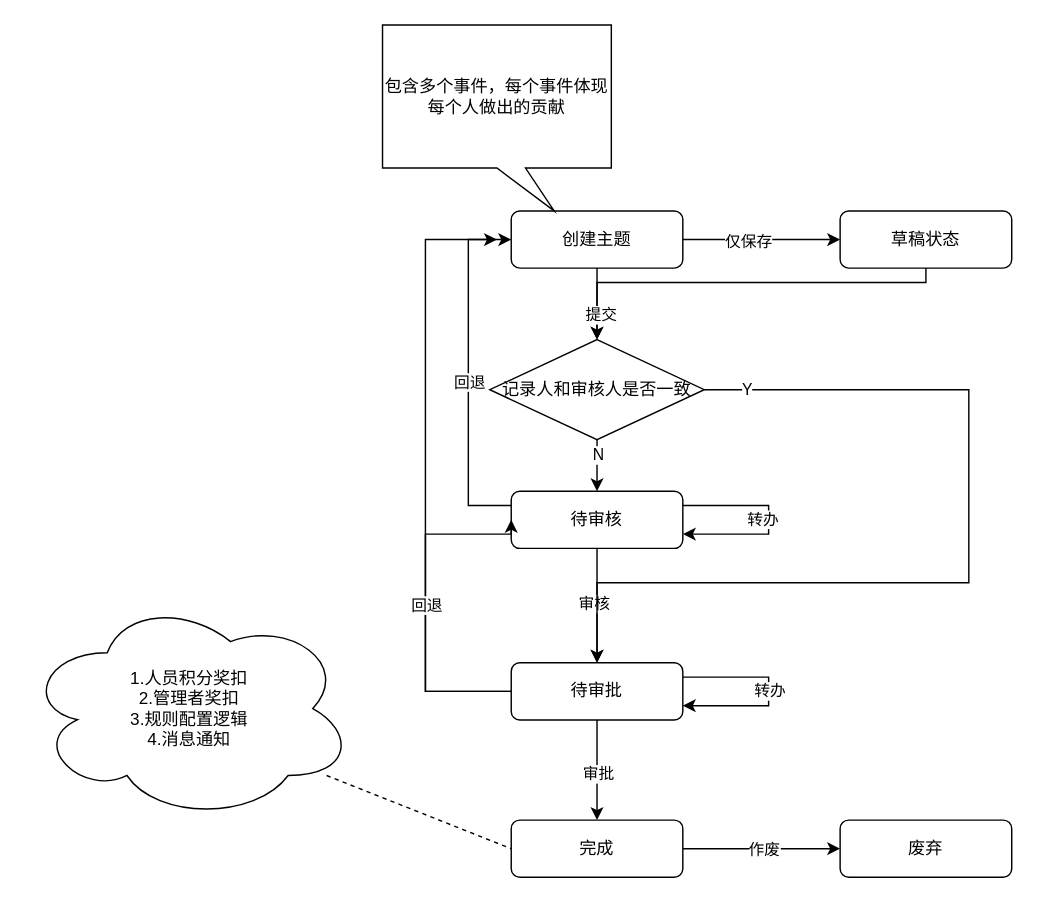
This is 积分数据流程.drawio from fan-ga/flowChart, a draw.io file, before an edit. Source tidied: cells renumbered, new cells numbered last; positions are measured from the earlier drawing's top-left corner, leaving out a move shared by most shapes. Both pictures are drawn from the tidied source at 143%, with x=0, y=0 at pixel (24, 24).
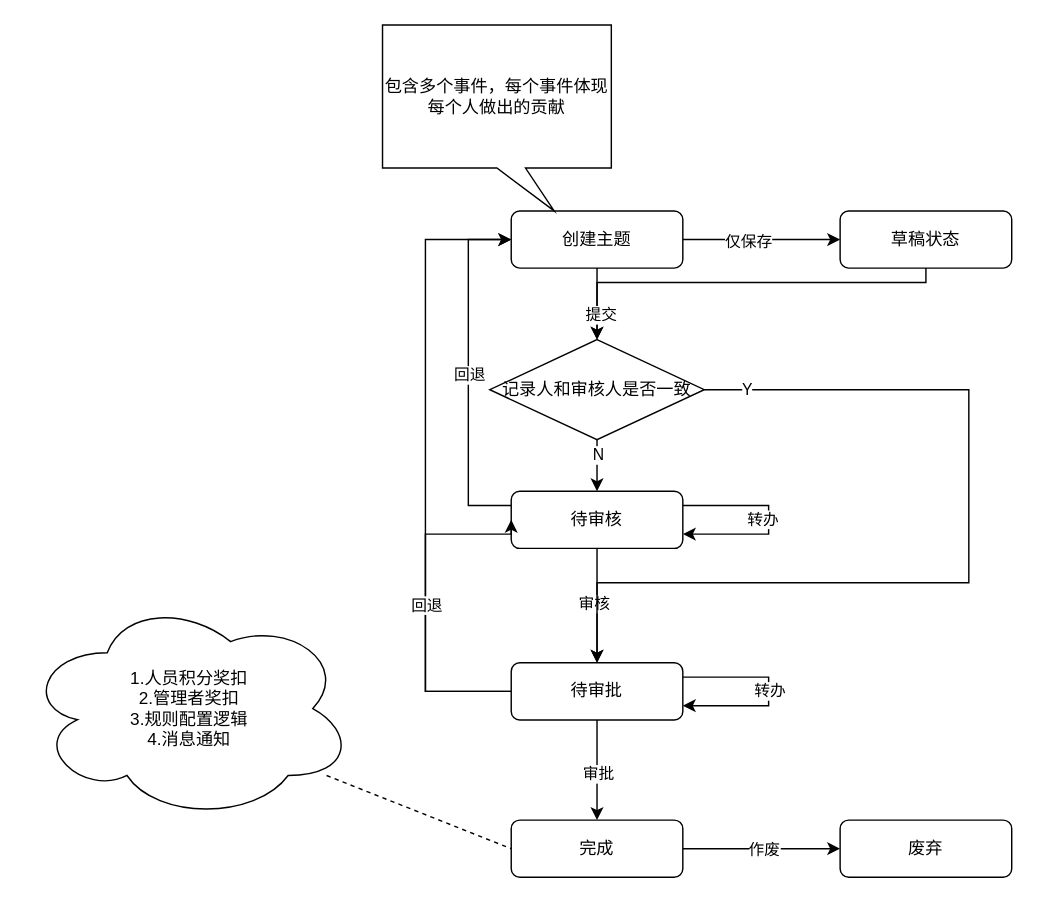
Above is the later version.

Commit message (it also covers changes not shown here):
更新积分数据流程.drawio

The change refers to these unchanged cells:
```xml
<mxCell id="5" value="创建主题" style="rounded=1;whiteSpace=wrap;html=1;fontSize=12;glass=0;strokeWidth=1;shadow=0;" parent="1" vertex="1">
  <mxGeometry x="340" y="130" width="120" height="40" as="geometry" />
</mxCell>
<mxCell id="16" value="待审核" style="rounded=1;whiteSpace=wrap;html=1;fontSize=12;glass=0;strokeWidth=1;shadow=0;" parent="1" vertex="1">
  <mxGeometry x="340" y="326" width="120" height="40" as="geometry" />
</mxCell>
```

Diff of the diagram source:
```diff
@@
-    <mxCell id="12" style="edgeStyle=orthogonalEdgeStyle;rounded=0;jettySize=auto;html=1;exitX=0;exitY=0.25;exitDx=0;exitDy=0;entryX=0;entryY=0.5;entryDx=0;entryDy=0;" parent="1" edge="1" source="16">
+    <mxCell id="12" style="edgeStyle=orthogonalEdgeStyle;rounded=0;jettySize=auto;html=1;exitX=0;exitY=0.25;exitDx=0;exitDy=0;entryX=0;entryY=0.5;entryDx=0;entryDy=0;" parent="1" edge="1" source="16" target="5">
       <mxGeometry relative="1" as="geometry">
-        <mxPoint x="330" y="150" as="targetPoint" />
         <Array as="points">
           <mxPoint x="310" y="336" />
           <mxPoint x="310" y="150" />
         </Array>
       </mxGeometry>
     </mxCell>
```
